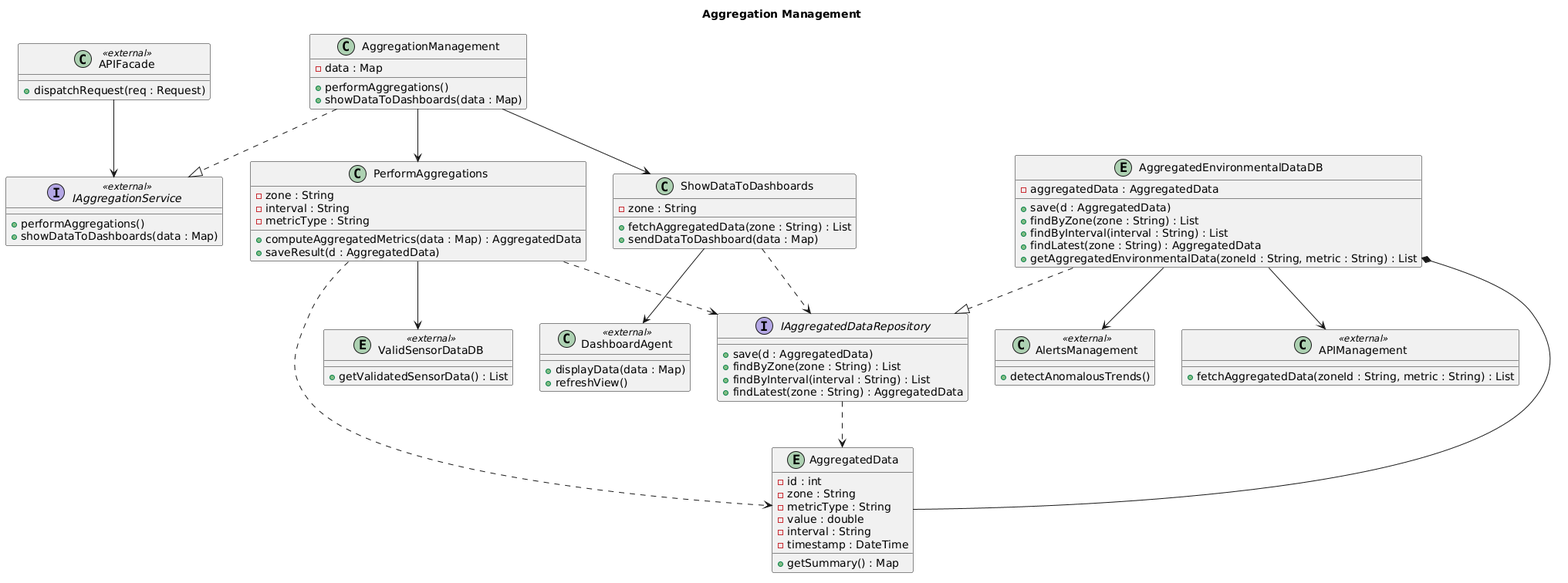
harmanpreet-sagar/SFWRENG-3A04-Group6-T01 keeps this PlantUML diagram as docs/diagrams/compiled/class/Aggregation_Management_Class_Diagram.png. Above is the earlier version.
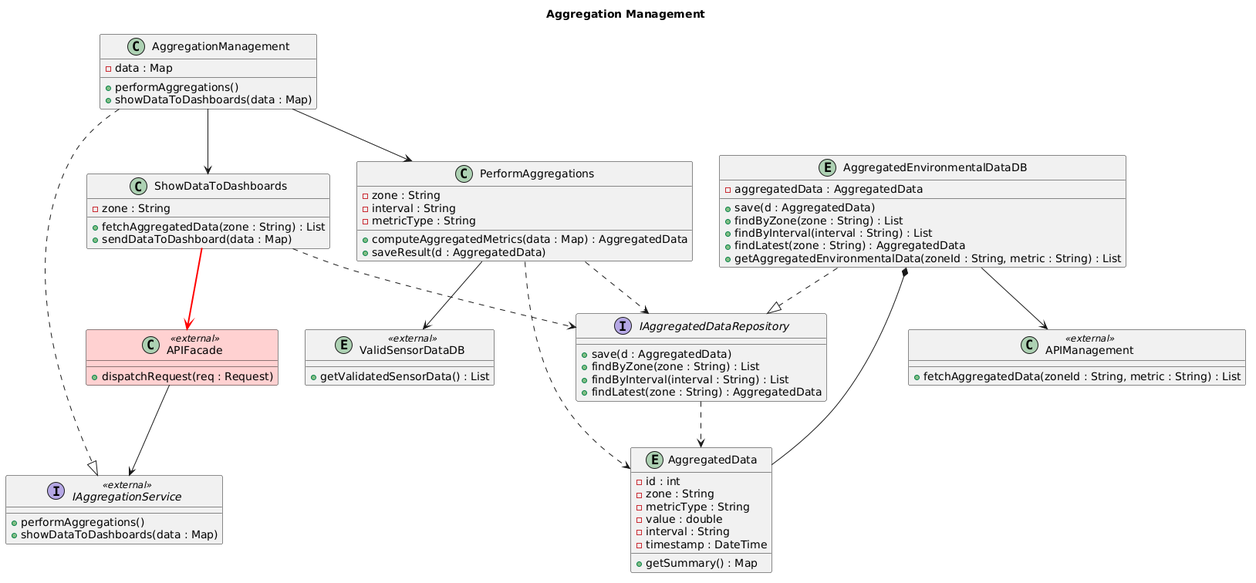
After the change.

Diff of the diagram source:
```diff
@@ -1,7 +1,7 @@
 @startuml
 title Aggregation Management
 
-class APIFacade <<external>> {
+class APIFacade <<external>> #FFD0D0 {
   +dispatchRequest(req : Request)
 }
 
@@ -10,17 +10,8 @@
   +showDataToDashboards(data : Map)
 }
 
-class DashboardAgent <<external>> {
-  +displayData(data : Map)
-  +refreshView()
-}
-
 entity ValidSensorDataDB <<external>> {
   +getValidatedSensorData() : List
-}
-
-class AlertsManagement <<external>> {
-  +detectAnomalousTrends()
 }
 
 class APIManagement <<external>> {
@@ -76,8 +67,9 @@
 APIFacade             --> IAggregationService
 AggregationManagement ..|> IAggregationService
 PerformAggregations   --> ValidSensorDataDB
-ShowDataToDashboards  --> DashboardAgent
-AggregatedEnvironmentalDataDB --> AlertsManagement
+
+ShowDataToDashboards  -[#red,bold]-> APIFacade
+
 AggregatedEnvironmentalDataDB --> APIManagement
 
 AggregationManagement         --> PerformAggregations
```
